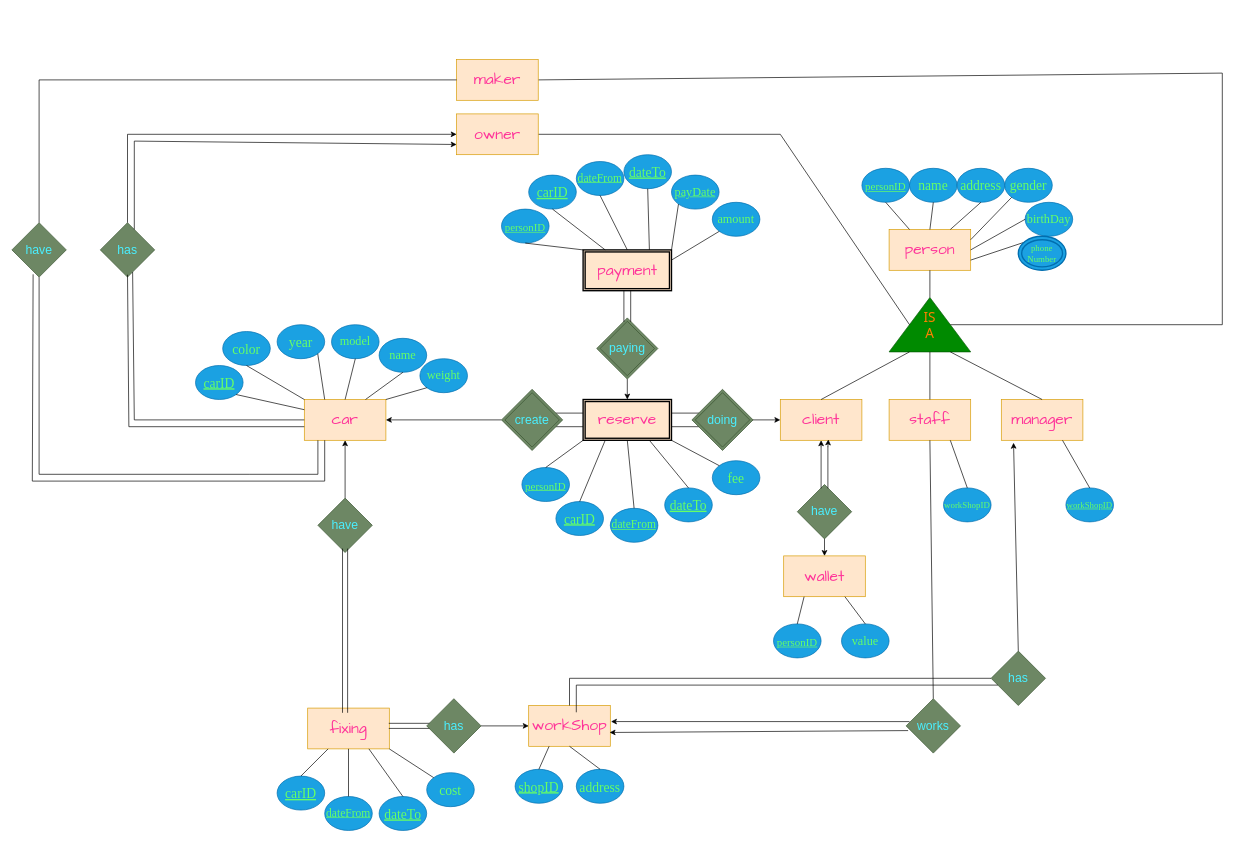
The draw.io diagram carRentalDiagram.drawio in Ehsankarimzadeh/Car-Rental-Database, before the edit. Source tidied: cells renumbered, new cells numbered last; positions are measured from the earlier drawing's top-left corner, leaving out a move shared by most shapes. Both pictures are drawn from the tidied source at 68%, with x=0, y=0 at pixel (12, 59).
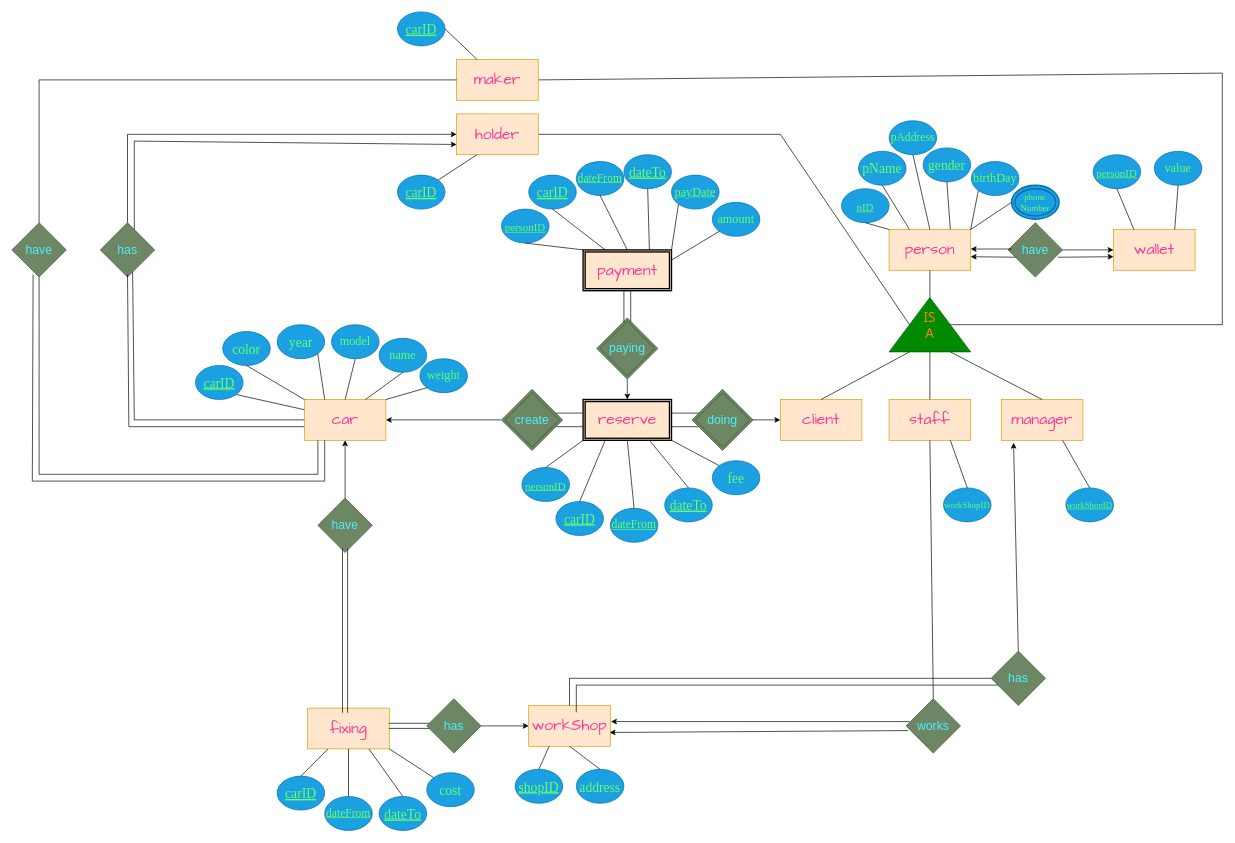
The same page after the edit.

Commit message:
movement wallet relation to person relation

Unchanged cells that the change refers to:
```xml
<mxCell id="3" value="&lt;font&gt;client&lt;/font&gt;" style="rounded=0;whiteSpace=wrap;html=1;fillColor=#ffe6cc;strokeColor=#d79b00;fontColor=#FF3399;fontFamily=Comic Sans MS;fontSize=23;" parent="1" vertex="1">
  <mxGeometry x="1130" y="500" width="120" height="60" as="geometry" />
</mxCell>
<mxCell id="21" value="person" style="rounded=0;whiteSpace=wrap;html=1;fillColor=#ffe6cc;strokeColor=#d79b00;fontColor=#FF3399;fontFamily=Comic Sans MS;fontSize=23;" parent="1" vertex="1">
  <mxGeometry x="1290" y="250" width="120" height="60" as="geometry" />
</mxCell>
<mxCell id="122" value="maker" style="rounded=0;whiteSpace=wrap;html=1;fillColor=#ffe6cc;strokeColor=#d79b00;fontColor=#FF3399;fontFamily=Comic Sans MS;fontSize=23;" parent="1" vertex="1">
  <mxGeometry x="654" width="120" height="60" as="geometry" />
</mxCell>
```

Diff of the diagram source:
```diff
@@
-    <mxCell id="23" value="&lt;font style=&quot;font-size: 16px;&quot;&gt;&lt;u&gt;personID&lt;/u&gt;&lt;/font&gt;" style="ellipse;whiteSpace=wrap;html=1;fillColor=#1ba1e2;fontColor=#66FF66;strokeColor=#006EAF;fontFamily=Times New Roman;fontSize=20;" parent="1" vertex="1">
-      <mxGeometry x="1250" y="160" width="70" height="50" as="geometry" />
+    <mxCell id="23" value="&lt;font style=&quot;font-size: 16px;&quot;&gt;&lt;u&gt;pID&lt;/u&gt;&lt;/font&gt;" style="ellipse;whiteSpace=wrap;html=1;fillColor=#1ba1e2;fontColor=#66FF66;strokeColor=#006EAF;fontFamily=Times New Roman;fontSize=20;" parent="1" vertex="1">
+      <mxGeometry x="1220" y="190" width="70" height="50" as="geometry" />
     </mxCell>
-    <mxCell id="24" style="endArrow=none;html=1;rounded=0;exitX=0.25;exitY=0;exitDx=0;exitDy=0;entryX=0.5;entryY=1;entryDx=0;entryDy=0;" parent="1" edge="1" source="21" target="23">
+    <mxCell id="24" style="endArrow=none;html=1;rounded=0;exitX=0;exitY=0;exitDx=0;exitDy=0;entryX=0.5;entryY=1;entryDx=0;entryDy=0;" parent="1" edge="1" source="21" target="23">
       <mxGeometry relative="1" as="geometry" />
     </mxCell>
-    <mxCell id="25" value="name" style="ellipse;whiteSpace=wrap;html=1;fillColor=#1ba1e2;fontColor=#66FF66;strokeColor=#006EAF;fontFamily=Times New Roman;fontSize=20;" parent="1" vertex="1">
-      <mxGeometry x="1320" y="160" width="70" height="50" as="geometry" />
+    <mxCell id="25" value="pName" style="ellipse;whiteSpace=wrap;html=1;fillColor=#1ba1e2;fontColor=#66FF66;strokeColor=#006EAF;fontFamily=Times New Roman;fontSize=20;" parent="1" vertex="1">
+      <mxGeometry x="1245" y="135" width="70" height="50" as="geometry" />
     </mxCell>
-    <mxCell id="26" style="endArrow=none;html=1;rounded=0;exitX=0.5;exitY=0;exitDx=0;exitDy=0;entryX=0.5;entryY=1;entryDx=0;entryDy=0;" parent="1" edge="1" source="21" target="25">
+    <mxCell id="26" style="endArrow=none;html=1;rounded=0;exitX=0.25;exitY=0;exitDx=0;exitDy=0;entryX=0.5;entryY=1;entryDx=0;entryDy=0;" parent="1" edge="1" source="21" target="25">
       <mxGeometry relative="1" as="geometry" />
     </mxCell>
-    <mxCell id="27" value="address" style="ellipse;whiteSpace=wrap;html=1;fillColor=#1ba1e2;fontColor=#66FF66;strokeColor=#006EAF;fontFamily=Times New Roman;fontSize=20;" parent="1" vertex="1">
-      <mxGeometry x="1390" y="160" width="70" height="50" as="geometry" />
+    <mxCell id="27" value="pAddress" style="ellipse;whiteSpace=wrap;html=1;fillColor=#1ba1e2;fontColor=#66FF66;strokeColor=#006EAF;fontFamily=Times New Roman;fontSize=17;" parent="1" vertex="1">
+      <mxGeometry x="1290" y="90" width="70" height="50" as="geometry" />
     </mxCell>
-    <mxCell id="28" style="endArrow=none;html=1;rounded=0;exitX=0.75;exitY=0;exitDx=0;exitDy=0;entryX=0.5;entryY=1;entryDx=0;entryDy=0;" parent="1" edge="1" source="21" target="27">
+    <mxCell id="28" style="endArrow=none;html=1;rounded=0;exitX=0.5;exitY=0;exitDx=0;exitDy=0;entryX=0.5;entryY=1;entryDx=0;entryDy=0;" parent="1" edge="1" source="21" target="27">
       <mxGeometry relative="1" as="geometry" />
     </mxCell>
     <mxCell id="29" value="gender" style="ellipse;whiteSpace=wrap;html=1;fillColor=#1ba1e2;fontColor=#66FF66;strokeColor=#006EAF;fontFamily=Times New Roman;fontSize=20;" parent="1" vertex="1">
-      <mxGeometry x="1460" y="160" width="70" height="50" as="geometry" />
+      <mxGeometry x="1340" y="130" width="70" height="50" as="geometry" />
     </mxCell>
-    <mxCell id="30" style="endArrow=none;html=1;rounded=0;exitX=1;exitY=0.25;exitDx=0;exitDy=0;entryX=0;entryY=1;entryDx=0;entryDy=0;" parent="1" edge="1" source="21" target="29">
+    <mxCell id="30" style="endArrow=none;html=1;rounded=0;exitX=0.75;exitY=0;exitDx=0;exitDy=0;entryX=0.5;entryY=1;entryDx=0;entryDy=0;" parent="1" edge="1" source="21" target="29">
       <mxGeometry relative="1" as="geometry" />
     </mxCell>
     <mxCell id="31" value="birthDay" style="ellipse;whiteSpace=wrap;html=1;fillColor=#1ba1e2;fontColor=#66FF66;strokeColor=#006EAF;fontFamily=Times New Roman;fontSize=18;" parent="1" vertex="1">
-      <mxGeometry x="1490" y="210" width="70" height="50" as="geometry" />
+      <mxGeometry x="1411" y="150" width="70" height="50" as="geometry" />
     </mxCell>
-    <mxCell id="32" style="endArrow=none;html=1;rounded=0;entryX=0;entryY=0.5;entryDx=0;entryDy=0;exitX=1;exitY=0.5;exitDx=0;exitDy=0;" parent="1" edge="1" source="21" target="31">
+    <mxCell id="32" style="endArrow=none;html=1;rounded=0;entryX=0;entryY=1;entryDx=0;entryDy=0;exitX=1;exitY=0;exitDx=0;exitDy=0;" parent="1" edge="1" source="21" target="31">
       <mxGeometry relative="1" as="geometry" />
     </mxCell>
-    <mxCell id="33" style="endArrow=none;html=1;rounded=0;exitX=1;exitY=0.75;exitDx=0;exitDy=0;entryX=0.5;entryY=0;entryDx=0;entryDy=0;" parent="1" edge="1" source="21" target="34">
+    <mxCell id="33" style="endArrow=none;html=1;rounded=0;exitX=1;exitY=0;exitDx=0;exitDy=0;entryX=0;entryY=0.5;entryDx=0;entryDy=0;" parent="1" edge="1" source="21" target="34">
       <mxGeometry relative="1" as="geometry" />
     </mxCell>
     <mxCell id="34" value="&lt;font style=&quot;font-size: 13px;&quot;&gt;phone&lt;/font&gt;&lt;div&gt;&lt;font style=&quot;font-size: 13px;&quot;&gt;Number&lt;/font&gt;&lt;/div&gt;" style="ellipse;shape=doubleEllipse;whiteSpace=wrap;html=1;fillColor=#1ba1e2;fontColor=#66FF66;strokeColor=light-dark(#006EAF, #030607);strokeWidth=2;fontFamily=Times New Roman;" parent="1" vertex="1">
-      <mxGeometry x="1480" y="260" width="70" height="50" as="geometry" />
+      <mxGeometry x="1470" y="185" width="70" height="50" as="geometry" />
     </mxCell>
@@
-    <mxCell id="56" value="have" style="rhombus;whiteSpace=wrap;html=1;fontColor=#4AEFFF;labelBackgroundColor=none;fillColor=#6d8764;strokeColor=light-dark(#3A5431, #111410);fontSize=18;" parent="1" vertex="1">
-      <mxGeometry x="1155" y="625" width="80" height="80" as="geometry" />
-    </mxCell>
-    <mxCell id="57" value="&lt;font&gt;wallet&lt;/font&gt;" style="rounded=0;whiteSpace=wrap;html=1;fillColor=#ffe6cc;strokeColor=#d79b00;fontColor=#FF3399;fontFamily=Comic Sans MS;fontSize=23;" parent="1" vertex="1">
-      <mxGeometry x="1135" y="730" width="120" height="60" as="geometry" />
-    </mxCell>
-    <mxCell id="58" style="edgeStyle=orthogonalEdgeStyle;rounded=0;jettySize=auto;html=1;exitX=0;exitY=1;exitDx=0;exitDy=0;entryX=0.5;entryY=1;entryDx=0;entryDy=0;" parent="1" edge="1" source="59" target="3">
-      <mxGeometry relative="1" as="geometry" />
-    </mxCell>
-    <mxCell id="59" style="shape=partialRectangle;whiteSpace=wrap;html=1;left=0;right=0;fillColor=none;direction=south;" parent="1" vertex="1">
-      <mxGeometry x="1190" y="570" width="10" height="60" as="geometry" />
-    </mxCell>
-    <mxCell id="60" style="edgeStyle=orthogonalEdgeStyle;rounded=0;jettySize=auto;html=1;exitX=0;exitY=0;exitDx=0;exitDy=0;entryX=0.589;entryY=0.979;entryDx=0;entryDy=0;entryPerimeter=0;" parent="1" edge="1" source="59" target="3">
-      <mxGeometry relative="1" as="geometry" />
-    </mxCell>
-    <mxCell id="61" value="&lt;u style=&quot;font-size: 16px;&quot;&gt;personID&lt;/u&gt;" style="ellipse;whiteSpace=wrap;html=1;fillColor=#1ba1e2;fontColor=#66FF66;strokeColor=#006EAF;fontFamily=Times New Roman;fontSize=20;" parent="1" vertex="1">
-      <mxGeometry x="1120" y="830" width="70" height="50" as="geometry" />
-    </mxCell>
-    <mxCell id="62" style="endArrow=none;html=1;rounded=0;exitX=0.5;exitY=0;exitDx=0;exitDy=0;entryX=0.25;entryY=1;entryDx=0;entryDy=0;" parent="1" edge="1" source="61" target="57">
-      <mxGeometry relative="1" as="geometry" />
-    </mxCell>
-    <mxCell id="63" value="value" style="ellipse;whiteSpace=wrap;html=1;fillColor=#1ba1e2;fontColor=#66FF66;strokeColor=#006EAF;fontFamily=Times New Roman;fontSize=18;direction=west;" parent="1" vertex="1">
-      <mxGeometry x="1220" y="830" width="70" height="50" as="geometry" />
-    </mxCell>
-    <mxCell id="64" style="endArrow=none;html=1;rounded=0;entryX=0.5;entryY=1;entryDx=0;entryDy=0;exitX=0.75;exitY=1;exitDx=0;exitDy=0;" parent="1" edge="1" source="57" target="63">
-      <mxGeometry relative="1" as="geometry" />
-    </mxCell>
-    <mxCell id="65" style="endArrow=classic;html=1;rounded=0;exitX=0.5;exitY=1;exitDx=0;exitDy=0;entryX=0.5;entryY=0;entryDx=0;entryDy=0;" parent="1" edge="1" source="56" target="57">
-      <mxGeometry relative="1" as="geometry" />
-    </mxCell>
@@
-    <mxCell id="115" value="owner" style="rounded=0;whiteSpace=wrap;html=1;fillColor=#ffe6cc;strokeColor=#d79b00;fontColor=#FF3399;fontFamily=Comic Sans MS;fontSize=23;" parent="1" vertex="1">
+    <mxCell id="115" value="holder" style="rounded=0;whiteSpace=wrap;html=1;fillColor=#ffe6cc;strokeColor=#d79b00;fontColor=#FF3399;fontFamily=Comic Sans MS;fontSize=23;" parent="1" vertex="1">
       <mxGeometry x="654" y="80" width="120" height="60" as="geometry" />
     </mxCell>
@@
+    <mxCell id="127" value="&lt;u&gt;carID&lt;/u&gt;" style="ellipse;whiteSpace=wrap;html=1;fillColor=#1ba1e2;fontColor=#66FF66;strokeColor=#006EAF;fontFamily=Times New Roman;fontSize=20;" parent="1" vertex="1">
+      <mxGeometry x="567" y="170" width="70" height="50" as="geometry" />
+    </mxCell>
+    <mxCell id="128" style="endArrow=none;html=1;rounded=0;exitX=1;exitY=0;exitDx=0;exitDy=0;entryX=0.25;entryY=1;entryDx=0;entryDy=0;" parent="1" edge="1" source="127" target="115">
+      <mxGeometry relative="1" as="geometry" />
+    </mxCell>
+    <mxCell id="129" value="&lt;u&gt;carID&lt;/u&gt;" style="ellipse;whiteSpace=wrap;html=1;fillColor=#1ba1e2;fontColor=#66FF66;strokeColor=#006EAF;fontFamily=Times New Roman;fontSize=20;" parent="1" vertex="1">
+      <mxGeometry x="567" y="-70" width="70" height="50" as="geometry" />
+    </mxCell>
+    <mxCell id="130" style="endArrow=none;html=1;rounded=0;exitX=1;exitY=0.5;exitDx=0;exitDy=0;entryX=0.25;entryY=0;entryDx=0;entryDy=0;" parent="1" edge="1" source="129" target="122">
+      <mxGeometry relative="1" as="geometry" />
+    </mxCell>
+    <mxCell id="56" value="have" style="rhombus;whiteSpace=wrap;html=1;fontColor=#4AEFFF;labelBackgroundColor=none;fillColor=#6d8764;strokeColor=light-dark(#3A5431, #111410);fontSize=18;" parent="1" vertex="1">
+      <mxGeometry x="1465" y="240" width="80" height="80" as="geometry" />
+    </mxCell>
+    <mxCell id="57" value="&lt;font&gt;wallet&lt;/font&gt;" style="rounded=0;whiteSpace=wrap;html=1;fillColor=#ffe6cc;strokeColor=#d79b00;fontColor=#FF3399;fontFamily=Comic Sans MS;fontSize=23;" parent="1" vertex="1">
+      <mxGeometry x="1620" y="250" width="120" height="60" as="geometry" />
+    </mxCell>
+    <mxCell id="61" value="&lt;u style=&quot;font-size: 16px;&quot;&gt;personID&lt;/u&gt;" style="ellipse;whiteSpace=wrap;html=1;fillColor=#1ba1e2;fontColor=#66FF66;strokeColor=#006EAF;fontFamily=Times New Roman;fontSize=20;" parent="1" vertex="1">
+      <mxGeometry x="1590" y="140" width="70" height="50" as="geometry" />
+    </mxCell>
+    <mxCell id="62" style="endArrow=none;html=1;rounded=0;exitX=0.5;exitY=1;exitDx=0;exitDy=0;entryX=0.25;entryY=0;entryDx=0;entryDy=0;" parent="1" edge="1" source="61" target="57">
+      <mxGeometry relative="1" as="geometry" />
+    </mxCell>
+    <mxCell id="63" value="value" style="ellipse;whiteSpace=wrap;html=1;fillColor=#1ba1e2;fontColor=#66FF66;strokeColor=#006EAF;fontFamily=Times New Roman;fontSize=18;direction=west;" parent="1" vertex="1">
+      <mxGeometry x="1680" y="135" width="70" height="50" as="geometry" />
+    </mxCell>
+    <mxCell id="64" style="endArrow=none;html=1;rounded=0;entryX=0.5;entryY=0;entryDx=0;entryDy=0;exitX=0.75;exitY=0;exitDx=0;exitDy=0;" parent="1" edge="1" source="57" target="63">
+      <mxGeometry relative="1" as="geometry" />
+    </mxCell>
+    <mxCell id="65" style="endArrow=classic;html=1;rounded=0;exitX=1;exitY=0.5;exitDx=0;exitDy=0;entryX=0;entryY=0.5;entryDx=0;entryDy=0;" parent="1" edge="1" source="56" target="57">
+      <mxGeometry relative="1" as="geometry" />
+    </mxCell>
+    <mxCell id="131" style="endArrow=classic;html=1;rounded=0;" parent="1" edge="1">
+      <mxGeometry relative="1" as="geometry">
+        <mxPoint x="1470" y="278.7" as="sourcePoint" />
+        <mxPoint x="1410" y="278.7" as="targetPoint" />
+      </mxGeometry>
+    </mxCell>
+    <mxCell id="132" style="endArrow=classic;html=1;rounded=0;exitX=0.13;exitY=0.635;exitDx=0;exitDy=0;exitPerimeter=0;" parent="1" edge="1" source="56">
+      <mxGeometry relative="1" as="geometry">
+        <mxPoint x="1410" y="290" as="targetPoint" />
+      </mxGeometry>
+    </mxCell>
+    <mxCell id="133" style="endArrow=classic;html=1;rounded=0;exitX=0.917;exitY=0.635;exitDx=0;exitDy=0;exitPerimeter=0;" parent="1" edge="1" source="56">
+      <mxGeometry relative="1" as="geometry">
+        <mxPoint x="1620" y="290" as="targetPoint" />
+      </mxGeometry>
+    </mxCell>
```
